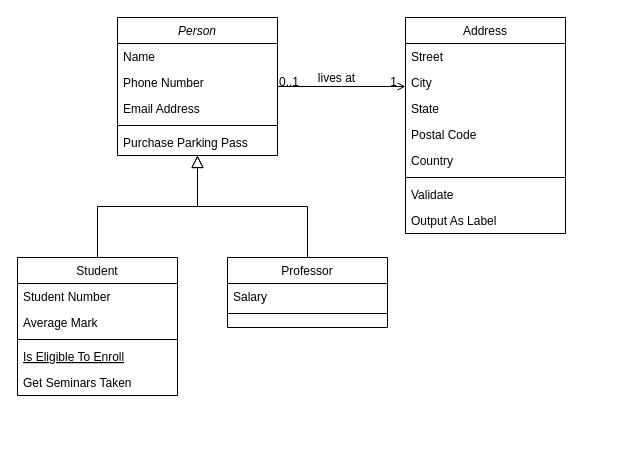
The draw.io diagram Class Diagram.drawio in fatemeKholousi/hanabi-jar-frontend, before the edit. Source tidied: cells renumbered, new cells numbered last; positions are measured from the earlier drawing's top-left corner, leaving out a move shared by most shapes. Both pictures are drawn from the tidied source at 100%, with x=0, y=0 at pixel (17, 17).
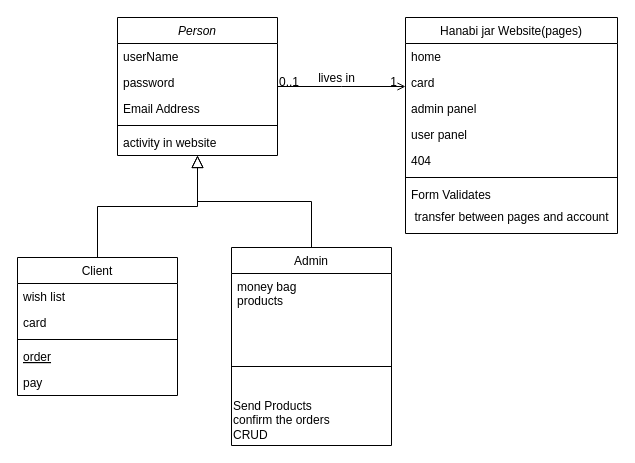
Above is the later version.

Unchanged cells that the change refers to:
```xml
<mxCell id="2" value="Person" style="swimlane;fontStyle=2;align=center;verticalAlign=top;horizontal=1;startSize=26;rounded=0;shadow=0;strokeWidth=1;" parent="1" vertex="1">
  <mxGeometry x="100" width="160" height="138" as="geometry" />
</mxCell>
<mxCell id="28" style="endArrow=open;shadow=0;strokeWidth=1;rounded=0;endFill=1;edgeStyle=elbowEdgeStyle;elbow=vertical;" parent="1" edge="1" source="2" target="19">
  <mxGeometry x="0.5" y="41" relative="1" as="geometry">
    <mxPoint x="-40" y="32" as="offset" />
  </mxGeometry>
</mxCell>
```

Change to the diagram source:
```diff
@@
-    <mxCell id="3" value="Name" style="text;align=left;verticalAlign=top;spacingLeft=4;spacingRight=4;overflow=hidden;" parent="2" vertex="1">
+    <mxCell id="3" value="userName" style="text;align=left;verticalAlign=top;spacingLeft=4;spacingRight=4;overflow=hidden;" parent="2" vertex="1">
       <mxGeometry y="26" width="160" height="26" as="geometry" />
     </mxCell>
-    <mxCell id="4" value="Phone Number" style="text;align=left;verticalAlign=top;spacingLeft=4;spacingRight=4;overflow=hidden;rounded=0;shadow=0;html=0;" parent="2" vertex="1">
+    <mxCell id="4" value="password" style="text;align=left;verticalAlign=top;spacingLeft=4;spacingRight=4;overflow=hidden;rounded=0;shadow=0;html=0;" parent="2" vertex="1">
       <mxGeometry y="52" width="160" height="26" as="geometry" />
     </mxCell>
@@
-    <mxCell id="7" value="Purchase Parking Pass" style="text;align=left;verticalAlign=top;spacingLeft=4;spacingRight=4;overflow=hidden;" parent="2" vertex="1">
+    <mxCell id="7" value="activity in website" style="text;align=left;verticalAlign=top;spacingLeft=4;spacingRight=4;overflow=hidden;" parent="2" vertex="1">
       <mxGeometry y="112" width="160" height="26" as="geometry" />
     </mxCell>
-    <mxCell id="8" value="Student" style="swimlane;fontStyle=0;align=center;verticalAlign=top;horizontal=1;startSize=26;rounded=0;shadow=0;strokeWidth=1;" parent="1" vertex="1">
+    <mxCell id="8" value="Client" style="swimlane;fontStyle=0;align=center;verticalAlign=top;horizontal=1;startSize=26;rounded=0;shadow=0;strokeWidth=1;" parent="1" vertex="1">
       <mxGeometry y="240" width="160" height="138" as="geometry" />
     </mxCell>
-    <mxCell id="9" value="Student Number" style="text;align=left;verticalAlign=top;spacingLeft=4;spacingRight=4;overflow=hidden;" parent="8" vertex="1">
+    <mxCell id="9" value="wish list" style="text;align=left;verticalAlign=top;spacingLeft=4;spacingRight=4;overflow=hidden;" parent="8" vertex="1">
       <mxGeometry y="26" width="160" height="26" as="geometry" />
     </mxCell>
-    <mxCell id="10" value="Average Mark" style="text;align=left;verticalAlign=top;spacingLeft=4;spacingRight=4;overflow=hidden;rounded=0;shadow=0;html=0;" parent="8" vertex="1">
+    <mxCell id="10" value="card" style="text;align=left;verticalAlign=top;spacingLeft=4;spacingRight=4;overflow=hidden;rounded=0;shadow=0;html=0;" parent="8" vertex="1">
       <mxGeometry y="52" width="160" height="26" as="geometry" />
     </mxCell>
@@
-    <mxCell id="12" value="Is Eligible To Enroll" style="text;align=left;verticalAlign=top;spacingLeft=4;spacingRight=4;overflow=hidden;fontStyle=4;" parent="8" vertex="1">
+    <mxCell id="12" value="order" style="text;align=left;verticalAlign=top;spacingLeft=4;spacingRight=4;overflow=hidden;fontStyle=4;" parent="8" vertex="1">
       <mxGeometry y="86" width="160" height="26" as="geometry" />
     </mxCell>
-    <mxCell id="13" value="Get Seminars Taken" style="text;align=left;verticalAlign=top;spacingLeft=4;spacingRight=4;overflow=hidden;" parent="8" vertex="1">
+    <mxCell id="13" value="pay" style="text;align=left;verticalAlign=top;spacingLeft=4;spacingRight=4;overflow=hidden;" parent="8" vertex="1">
       <mxGeometry y="112" width="160" height="26" as="geometry" />
     </mxCell>
@@
-    <mxCell id="15" value="Professor" style="swimlane;fontStyle=0;align=center;verticalAlign=top;horizontal=1;startSize=26;rounded=0;shadow=0;strokeWidth=1;" parent="1" vertex="1">
-      <mxGeometry x="210" y="240" width="160" height="70" as="geometry" />
+    <mxCell id="15" value="Admin" style="swimlane;fontStyle=0;align=center;verticalAlign=top;horizontal=1;startSize=26;rounded=0;shadow=0;strokeWidth=1;" parent="1" vertex="1">
+      <mxGeometry x="214" y="230" width="160" height="198" as="geometry" />
     </mxCell>
-    <mxCell id="16" value="Salary" style="text;align=left;verticalAlign=top;spacingLeft=4;spacingRight=4;overflow=hidden;" parent="15" vertex="1">
-      <mxGeometry y="26" width="160" height="26" as="geometry" />
+    <mxCell id="16" value="money bag&#10;products" style="text;align=left;verticalAlign=top;spacingLeft=4;spacingRight=4;overflow=hidden;" parent="15" vertex="1">
+      <mxGeometry y="26" width="160" height="64" as="geometry" />
     </mxCell>
     <mxCell id="17" style="line;html=1;strokeWidth=1;align=left;verticalAlign=middle;spacingTop=-1;spacingLeft=3;spacingRight=3;labelPosition=right;" parent="15" vertex="1">
-      <mxGeometry y="52" width="160" height="8" as="geometry" />
+      <mxGeometry y="90" width="160" height="58" as="geometry" />
     </mxCell>
+    <mxCell id="32" value="Send Products&lt;br&gt;confirm the orders&amp;nbsp;&lt;br&gt;CRUD" style="text;html=1;align=left;verticalAlign=middle;strokeColor=none;fillColor=none;" parent="15" vertex="1">
+      <mxGeometry y="148" width="160" height="50" as="geometry" />
+    </mxCell>
@@
-    <mxCell id="19" value="Address" style="swimlane;fontStyle=0;align=center;verticalAlign=top;horizontal=1;startSize=26;rounded=0;shadow=0;strokeWidth=1;" parent="1" vertex="1">
-      <mxGeometry x="388" width="160" height="216" as="geometry" />
+    <mxCell id="19" value="Hanabi jar Website(pages)" style="swimlane;fontStyle=0;align=center;verticalAlign=top;horizontal=1;startSize=26;rounded=0;shadow=0;strokeWidth=1;" parent="1" vertex="1">
+      <mxGeometry x="388" width="212" height="216" as="geometry" />
     </mxCell>
-    <mxCell id="20" value="Street" style="text;align=left;verticalAlign=top;spacingLeft=4;spacingRight=4;overflow=hidden;" parent="19" vertex="1">
-      <mxGeometry y="26" width="160" height="26" as="geometry" />
+    <mxCell id="20" value="home" style="text;align=left;verticalAlign=top;spacingLeft=4;spacingRight=4;overflow=hidden;" parent="19" vertex="1">
+      <mxGeometry y="26" width="212" height="26" as="geometry" />
     </mxCell>
-    <mxCell id="21" value="City" style="text;align=left;verticalAlign=top;spacingLeft=4;spacingRight=4;overflow=hidden;rounded=0;shadow=0;html=0;" parent="19" vertex="1">
-      <mxGeometry y="52" width="160" height="26" as="geometry" />
+    <mxCell id="21" value="card" style="text;align=left;verticalAlign=top;spacingLeft=4;spacingRight=4;overflow=hidden;rounded=0;shadow=0;html=0;" parent="19" vertex="1">
+      <mxGeometry y="52" width="212" height="26" as="geometry" />
     </mxCell>
-    <mxCell id="22" value="State" style="text;align=left;verticalAlign=top;spacingLeft=4;spacingRight=4;overflow=hidden;rounded=0;shadow=0;html=0;" parent="19" vertex="1">
-      <mxGeometry y="78" width="160" height="26" as="geometry" />
+    <mxCell id="22" value="admin panel" style="text;align=left;verticalAlign=top;spacingLeft=4;spacingRight=4;overflow=hidden;rounded=0;shadow=0;html=0;" parent="19" vertex="1">
+      <mxGeometry y="78" width="212" height="26" as="geometry" />
     </mxCell>
-    <mxCell id="23" value="Postal Code" style="text;align=left;verticalAlign=top;spacingLeft=4;spacingRight=4;overflow=hidden;rounded=0;shadow=0;html=0;" parent="19" vertex="1">
-      <mxGeometry y="104" width="160" height="26" as="geometry" />
+    <mxCell id="23" value="user panel" style="text;align=left;verticalAlign=top;spacingLeft=4;spacingRight=4;overflow=hidden;rounded=0;shadow=0;html=0;" parent="19" vertex="1">
+      <mxGeometry y="104" width="212" height="26" as="geometry" />
     </mxCell>
-    <mxCell id="24" value="Country" style="text;align=left;verticalAlign=top;spacingLeft=4;spacingRight=4;overflow=hidden;rounded=0;shadow=0;html=0;" parent="19" vertex="1">
-      <mxGeometry y="130" width="160" height="26" as="geometry" />
+    <mxCell id="24" value="404" style="text;align=left;verticalAlign=top;spacingLeft=4;spacingRight=4;overflow=hidden;rounded=0;shadow=0;html=0;" parent="19" vertex="1">
+      <mxGeometry y="130" width="212" height="26" as="geometry" />
     </mxCell>
     <mxCell id="25" style="line;html=1;strokeWidth=1;align=left;verticalAlign=middle;spacingTop=-1;spacingLeft=3;spacingRight=3;labelPosition=right;" parent="19" vertex="1">
-      <mxGeometry y="156" width="160" height="8" as="geometry" />
+      <mxGeometry y="156" width="212" height="8" as="geometry" />
     </mxCell>
-    <mxCell id="26" value="Validate" style="text;align=left;verticalAlign=top;spacingLeft=4;spacingRight=4;overflow=hidden;" parent="19" vertex="1">
-      <mxGeometry y="164" width="160" height="26" as="geometry" />
+    <mxCell id="26" value="Form Validates" style="text;align=left;verticalAlign=top;spacingLeft=4;spacingRight=4;overflow=hidden;" parent="19" vertex="1">
+      <mxGeometry y="164" width="212" height="26" as="geometry" />
     </mxCell>
-    <mxCell id="27" value="Output As Label" style="text;align=left;verticalAlign=top;spacingLeft=4;spacingRight=4;overflow=hidden;" parent="19" vertex="1">
-      <mxGeometry y="190" width="160" height="26" as="geometry" />
-    </mxCell>
+    <mxCell id="33" value="transfer between pages and account" style="text;html=1;align=center;verticalAlign=middle;strokeColor=none;fillColor=none;" parent="19" vertex="1">
+      <mxGeometry y="190" width="212" height="20" as="geometry" />
+    </mxCell>
@@
-    <mxCell id="31" value="lives at" style="text;html=1;align=center;verticalAlign=middle;labelBackgroundColor=none;rounded=0;shadow=0;strokeWidth=1;fontSize=12;" parent="28" vertex="1">
+    <mxCell id="31" value="lives in" style="text;html=1;align=center;verticalAlign=middle;labelBackgroundColor=none;rounded=0;shadow=0;strokeWidth=1;fontSize=12;" parent="28" vertex="1">
       <mxGeometry x="0.5" y="49" relative="1" as="geometry">
         <mxPoint x="-38" y="40" as="offset" />
       </mxGeometry>
     </mxCell>
```
